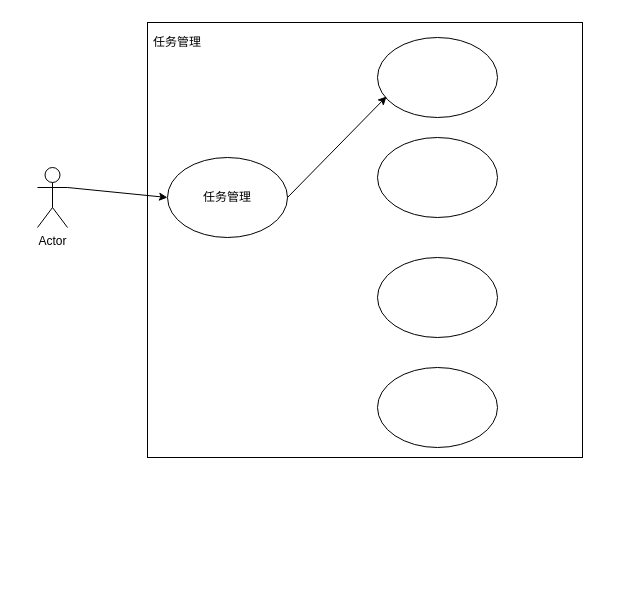
Before: 用例图.drawio in tianshengdiwangK/common, a draw.io diagram. Source tidied: cells renumbered, new cells numbered last; positions are measured from the earlier drawing's top-left corner, leaving out a move shared by most shapes. Both pictures are drawn from the tidied source at 100%, with x=0, y=0 at pixel (37, 22).
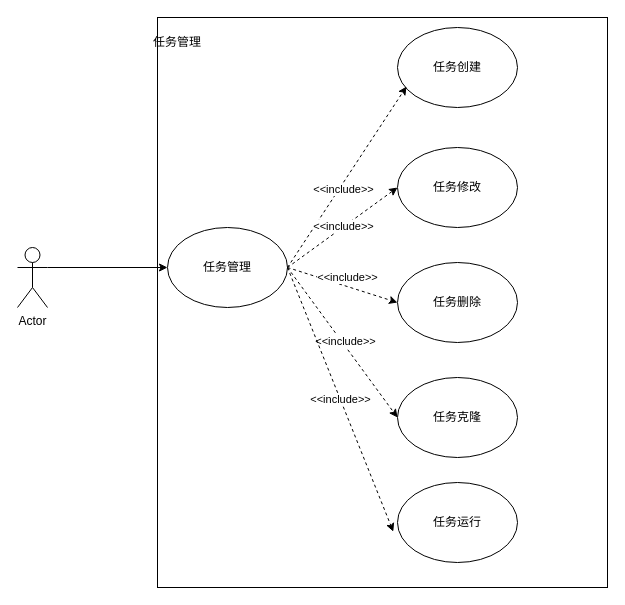
The same page after the edit.

Commit message:
任务管理用例图.drawio

Change to the diagram source:
```diff
@@
     <mxCell id="2" value="Actor" style="shape=umlActor;verticalLabelPosition=bottom;verticalAlign=top;html=1;outlineConnect=0;" parent="1" vertex="1">
-      <mxGeometry y="145" width="30" height="60" as="geometry" />
+      <mxGeometry x="-20" y="225" width="30" height="60" as="geometry" />
     </mxCell>
     <mxCell id="3" style="whiteSpace=wrap;html=1;" parent="1" vertex="1">
-      <mxGeometry x="110" width="435" height="435" as="geometry" />
+      <mxGeometry x="120" y="-5" width="450" height="570" as="geometry" />
     </mxCell>
@@
     <mxCell id="5" value="任务管理" style="ellipse;whiteSpace=wrap;html=1;" parent="1" vertex="1">
-      <mxGeometry x="130" y="135" width="120" height="80" as="geometry" />
+      <mxGeometry x="130" y="205" width="120" height="80" as="geometry" />
     </mxCell>
@@
-    <mxCell id="7" style="ellipse;whiteSpace=wrap;html=1;" parent="1" vertex="1">
-      <mxGeometry x="340" y="15" width="120" height="80" as="geometry" />
+    <mxCell id="7" value="任务创建" style="ellipse;whiteSpace=wrap;html=1;" parent="1" vertex="1">
+      <mxGeometry x="360" y="5" width="120" height="80" as="geometry" />
     </mxCell>
-    <mxCell id="8" style="ellipse;whiteSpace=wrap;html=1;" parent="1" vertex="1">
-      <mxGeometry x="340" y="115" width="120" height="80" as="geometry" />
+    <mxCell id="8" value="任务修改" style="ellipse;whiteSpace=wrap;html=1;" parent="1" vertex="1">
+      <mxGeometry x="360" y="125" width="120" height="80" as="geometry" />
     </mxCell>
-    <mxCell id="9" style="ellipse;whiteSpace=wrap;html=1;" parent="1" vertex="1">
-      <mxGeometry x="340" y="235" width="120" height="80" as="geometry" />
+    <mxCell id="9" value="任务删除" style="ellipse;whiteSpace=wrap;html=1;" parent="1" vertex="1">
+      <mxGeometry x="360" y="240" width="120" height="80" as="geometry" />
     </mxCell>
-    <mxCell id="10" style="ellipse;whiteSpace=wrap;html=1;" parent="1" vertex="1">
-      <mxGeometry x="340" y="345" width="120" height="80" as="geometry" />
+    <mxCell id="10" value="任务克隆" style="ellipse;whiteSpace=wrap;html=1;" parent="1" vertex="1">
+      <mxGeometry x="360" y="355" width="120" height="80" as="geometry" />
     </mxCell>
-    <mxCell id="11" style="endArrow=classic;html=1;rounded=0;entryX=0.075;entryY=0.738;entryDx=0;entryDy=0;entryPerimeter=0;" parent="1" edge="1" target="7">
+    <mxCell id="11" style="endArrow=classic;html=1;rounded=0;entryX=0.075;entryY=0.738;entryDx=0;entryDy=0;entryPerimeter=0;dashed=1;" parent="1" edge="1" target="7">
       <mxGeometry relative="1" as="geometry">
-        <mxPoint x="250" y="175" as="sourcePoint" />
+        <mxPoint x="250" y="245" as="sourcePoint" />
       </mxGeometry>
     </mxCell>
+    <mxCell id="12" value="&amp;lt;&amp;lt;include&amp;gt;&amp;gt;" style="edgeLabel;html=1;align=center;verticalAlign=middle;" parent="11" vertex="1">
+      <mxGeometry x="-0.11" y="-3" relative="1" as="geometry" />
+    </mxCell>
+    <mxCell id="13" value="&amp;lt;&amp;lt;include&amp;gt;&amp;gt;" style="endArrow=classic;html=1;rounded=0;exitX=1;exitY=0.5;exitDx=0;exitDy=0;entryX=0;entryY=0.5;entryDx=0;entryDy=0;dashed=1;" parent="1" edge="1" source="5" target="8">
+      <mxGeometry x="0.01" relative="1" as="geometry" />
+    </mxCell>
+    <mxCell id="14" style="endArrow=classic;html=1;rounded=0;exitX=1;exitY=0.5;exitDx=0;exitDy=0;entryX=0;entryY=0.5;entryDx=0;entryDy=0;dashed=1;" parent="1" edge="1" source="5" target="9">
+      <mxGeometry relative="1" as="geometry" />
+    </mxCell>
+    <mxCell id="15" value="&amp;lt;&amp;lt;include&amp;gt;&amp;gt;" style="edgeLabel;html=1;align=center;verticalAlign=middle;" parent="14" vertex="1">
+      <mxGeometry x="0.31" y="-3" relative="1" as="geometry">
+        <mxPoint x="-12" y="-16" as="offset" />
+      </mxGeometry>
+    </mxCell>
+    <mxCell id="16" style="endArrow=classic;html=1;rounded=0;entryX=0;entryY=0.5;entryDx=0;entryDy=0;dashed=1;" parent="1" edge="1" target="10">
+      <mxGeometry relative="1" as="geometry">
+        <mxPoint x="250" y="245" as="sourcePoint" />
+      </mxGeometry>
+    </mxCell>
+    <mxCell id="17" value="&amp;lt;&amp;lt;include&amp;gt;&amp;gt;" style="edgeLabel;html=1;align=center;verticalAlign=middle;" parent="16" vertex="1">
+      <mxGeometry y="3" relative="1" as="geometry" />
+    </mxCell>
+    <mxCell id="18" style="endArrow=classic;html=1;rounded=0;exitX=1;exitY=0.5;exitDx=0;exitDy=0;entryX=0.524;entryY=0.902;entryDx=0;entryDy=0;entryPerimeter=0;dashed=1;" parent="1" edge="1" source="5" target="3">
+      <mxGeometry relative="1" as="geometry" />
+    </mxCell>
+    <mxCell id="19" value="&amp;lt;&amp;lt;include&amp;gt;&amp;gt;" style="edgeLabel;html=1;align=center;verticalAlign=middle;" parent="18" vertex="1">
+      <mxGeometry relative="1" as="geometry" />
+    </mxCell>
+    <mxCell id="20" value="任务运行" style="ellipse;whiteSpace=wrap;html=1;" parent="1" vertex="1">
+      <mxGeometry x="360" y="460" width="120" height="80" as="geometry" />
+    </mxCell>
```
